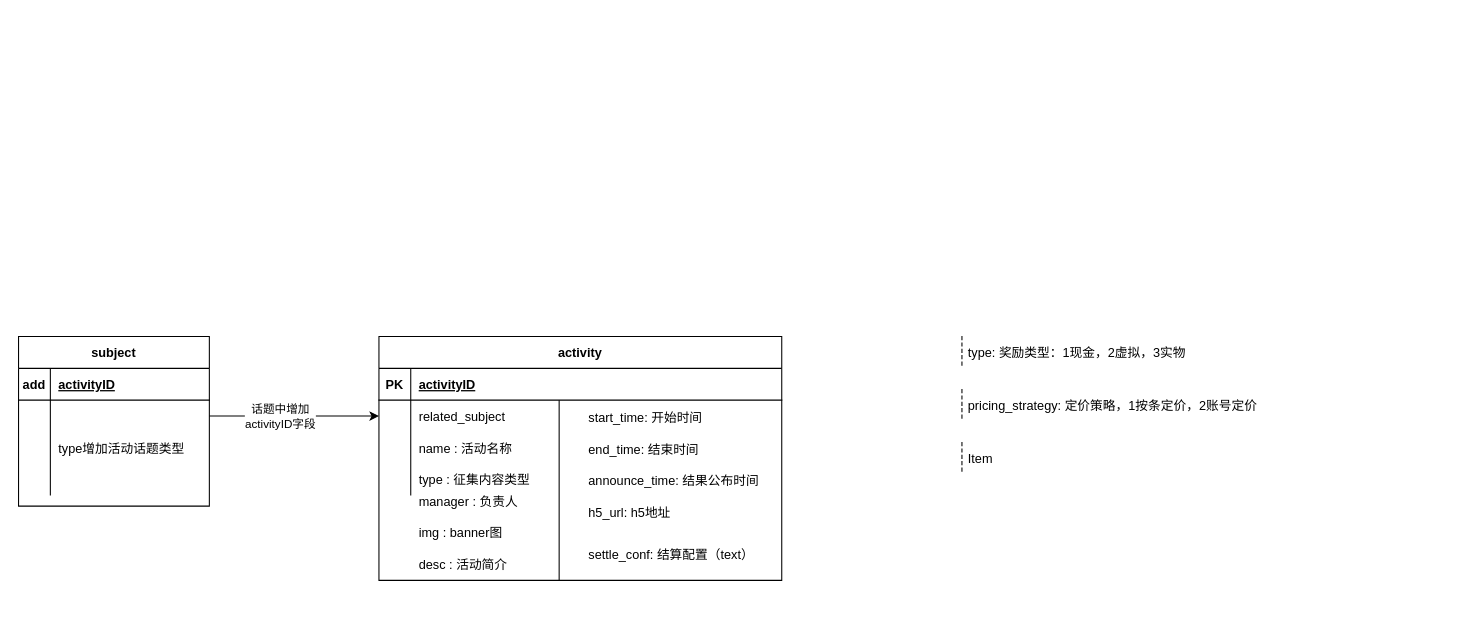
Above: 创作中心-活动.drawio in lixiangdaqian/diagrams (draw.io), before the change. Source tidied: cells renumbered, new cells numbered last; positions are measured from the earlier drawing's top-left corner, leaving out a move shared by most shapes. Both pictures are drawn from the tidied source at 106%, with x=0, y=0 at pixel (18, 336).
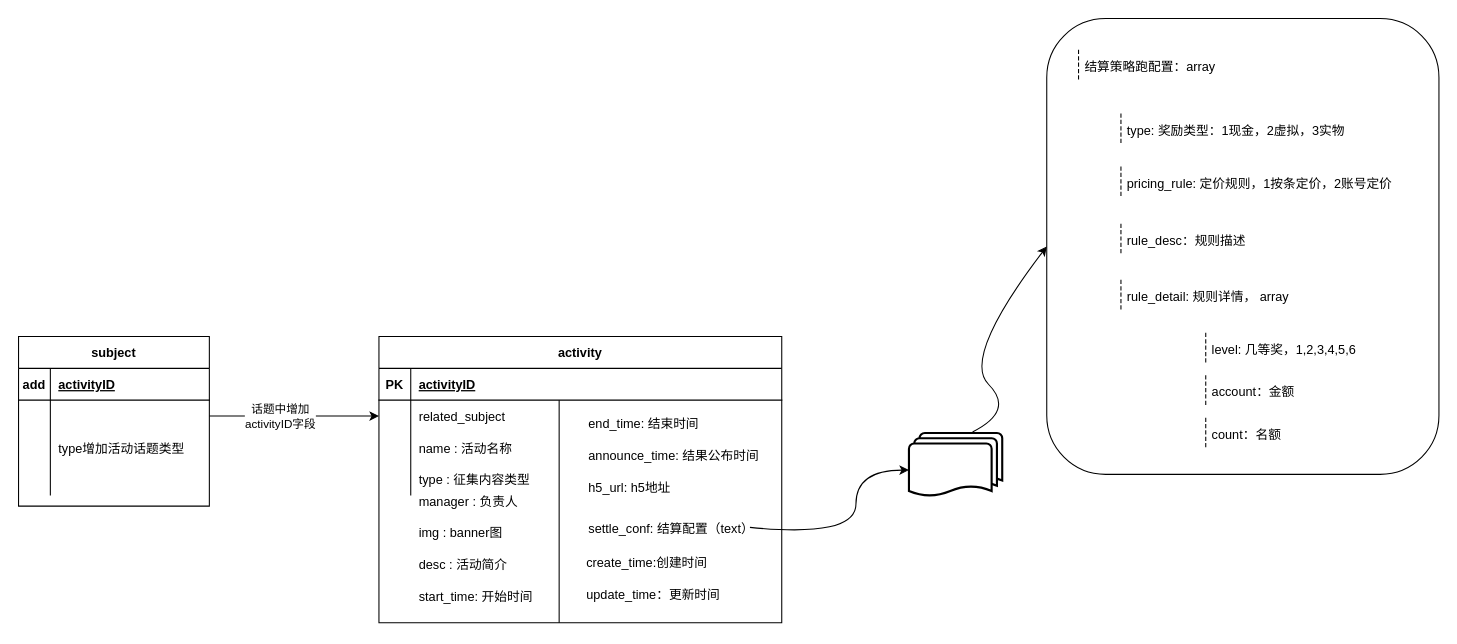
After the change.

Commit message (it also covers changes not shown here):
Update 创作中心-活动.drawio

What changed in the source:
```diff
@@
+    <mxCell id="45" style="rounded=1;whiteSpace=wrap;html=1;" parent="1" vertex="1">
+      <mxGeometry x="970" y="-300" width="370" height="430" as="geometry" />
+    </mxCell>
     <mxCell id="2" value="activity" style="shape=table;startSize=30;childLayout=tableLayout;rowLines=0;fontStyle=1;align=center;" parent="1" vertex="1">
-      <mxGeometry x="340" width="380" height="230" as="geometry" />
+      <mxGeometry x="340" width="380" height="270" as="geometry" />
     </mxCell>
@@
     <mxCell id="33" style="endArrow=none;html=1;rounded=0;" parent="1" edge="1">
       <mxGeometry relative="1" as="geometry">
-        <mxPoint x="510" y="230" as="sourcePoint" />
+        <mxPoint x="510" y="270" as="sourcePoint" />
         <mxPoint x="510" y="60" as="targetPoint" />
       </mxGeometry>
     </mxCell>
     <mxCell id="34" value="start_time: 开始时间" style="shape=partialRectangle;fillColor=none;top=0;left=0;bottom=0;right=0;align=left;spacingLeft=6;overflow=hidden;" parent="1" vertex="1">
-      <mxGeometry x="530" y="61" width="150" height="30" as="geometry" />
+      <mxGeometry x="370" y="230" width="150" height="30" as="geometry" />
     </mxCell>
     <mxCell id="35" value="end_time: 结束时间" style="shape=partialRectangle;fillColor=none;top=0;left=0;bottom=0;right=0;align=left;spacingLeft=6;overflow=hidden;" parent="1" vertex="1">
-      <mxGeometry x="530" y="91" width="150" height="30" as="geometry" />
+      <mxGeometry x="530" y="67" width="150" height="30" as="geometry" />
     </mxCell>
     <mxCell id="36" value="announce_time: 结果公布时间" style="shape=partialRectangle;fillColor=none;top=0;left=0;bottom=0;right=0;align=left;spacingLeft=6;overflow=hidden;" parent="1" vertex="1">
-      <mxGeometry x="530" y="121" width="170" height="30" as="geometry" />
+      <mxGeometry x="530" y="97" width="170" height="30" as="geometry" />
     </mxCell>
     <mxCell id="37" value="h5_url: h5地址" style="shape=partialRectangle;fillColor=none;top=0;left=0;bottom=0;right=0;align=left;spacingLeft=6;overflow=hidden;" parent="1" vertex="1">
-      <mxGeometry x="530" y="151" width="170" height="30" as="geometry" />
+      <mxGeometry x="530" y="127" width="170" height="30" as="geometry" />
     </mxCell>
     <mxCell id="38" value="settle_conf: 结算配置（text）" style="shape=partialRectangle;fillColor=none;top=0;left=0;bottom=0;right=0;align=left;spacingLeft=6;overflow=hidden;" parent="1" vertex="1">
-      <mxGeometry x="530" y="190" width="170" height="30" as="geometry" />
+      <mxGeometry x="530" y="166" width="170" height="30" as="geometry" />
     </mxCell>
     <mxCell id="39" value="type: 奖励类型：1现金，2虚拟，3实物" style="shape=partialRectangle;fillColor=none;align=left;verticalAlign=middle;strokeColor=none;spacingLeft=34;" parent="1" vertex="1">
-      <mxGeometry x="860" width="90" height="30" as="geometry" />
+      <mxGeometry x="1010" y="-210" width="90" height="30" as="geometry" />
     </mxCell>
@@
-    <mxCell id="41" value="pricing_strategy: 定价策略，1按条定价，2账号定价" style="shape=partialRectangle;fillColor=none;align=left;verticalAlign=middle;strokeColor=none;spacingLeft=34;" parent="1" vertex="1">
-      <mxGeometry x="860" y="50" width="90" height="30" as="geometry" />
+    <mxCell id="41" value="pricing_rule: 定价规则，1按条定价，2账号定价" style="shape=partialRectangle;fillColor=none;align=left;verticalAlign=middle;strokeColor=none;spacingLeft=34;" parent="1" vertex="1">
+      <mxGeometry x="1010" y="-160" width="90" height="30" as="geometry" />
     </mxCell>
@@
-    <mxCell id="43" value="Item" style="shape=partialRectangle;fillColor=none;align=left;verticalAlign=middle;strokeColor=none;spacingLeft=34;" parent="1" vertex="1">
-      <mxGeometry x="860" y="100" width="90" height="30" as="geometry" />
+    <mxCell id="43" value="rule_detail: 规则详情， array" style="shape=partialRectangle;fillColor=none;align=left;verticalAlign=middle;strokeColor=none;spacingLeft=34;" parent="1" vertex="1">
+      <mxGeometry x="1010" y="-53" width="90" height="30" as="geometry" />
     </mxCell>
@@
+    <mxCell id="46" style="strokeWidth=2;html=1;shape=mxgraph.flowchart.multi-document;whiteSpace=wrap;" parent="1" vertex="1">
+      <mxGeometry x="840" y="91" width="88" height="60" as="geometry" />
+    </mxCell>
+    <mxCell id="47" style="curved=1;endArrow=classic;html=1;rounded=0;" parent="1" edge="1">
+      <mxGeometry relative="1" as="geometry">
+        <mxPoint x="690" y="180" as="sourcePoint" />
+        <mxPoint x="840" y="126" as="targetPoint" />
+        <Array as="points">
+          <mxPoint x="790" y="190" />
+          <mxPoint x="790" y="126" />
+        </Array>
+      </mxGeometry>
+    </mxCell>
+    <mxCell id="48" style="curved=1;endArrow=classic;html=1;rounded=0;entryX=0;entryY=0.5;entryDx=0;entryDy=0;" parent="1" edge="1" target="45">
+      <mxGeometry relative="1" as="geometry">
+        <mxPoint x="900" y="90" as="sourcePoint" />
+        <Array as="points">
+          <mxPoint x="940" y="70" />
+          <mxPoint x="890" y="20" />
+        </Array>
+      </mxGeometry>
+    </mxCell>
+    <mxCell id="49" value="结算策略跑配置：array" style="shape=partialRectangle;fillColor=none;align=left;verticalAlign=middle;strokeColor=none;spacingLeft=34;" parent="1" vertex="1">
+      <mxGeometry x="970" y="-270" width="90" height="30" as="geometry" />
+    </mxCell>
+    <mxCell id="50" style="shape=partialRectangle;top=0;left=0;bottom=0;fillColor=none;stokeWidth=1;dashed=1;align=left;verticalAlign=middle;spacingLeft=4;spacingRight=4;overflow=hidden;" parent="49" vertex="1">
+      <mxGeometry width="30" height="30" as="geometry" />
+    </mxCell>
+    <mxCell id="51" value="level: 几等奖，1,2,3,4,5,6" style="shape=partialRectangle;fillColor=none;align=left;verticalAlign=middle;strokeColor=none;spacingLeft=34;" parent="1" vertex="1">
+      <mxGeometry x="1090" y="-3" width="90" height="30" as="geometry" />
+    </mxCell>
+    <mxCell id="52" style="shape=partialRectangle;top=0;left=0;bottom=0;fillColor=none;stokeWidth=1;dashed=1;align=left;verticalAlign=middle;spacingLeft=4;spacingRight=4;overflow=hidden;" parent="51" vertex="1">
+      <mxGeometry width="30" height="30" as="geometry" />
+    </mxCell>
+    <mxCell id="53" value="account：金额" style="shape=partialRectangle;fillColor=none;align=left;verticalAlign=middle;strokeColor=none;spacingLeft=34;" parent="1" vertex="1">
+      <mxGeometry x="1090" y="37" width="90" height="30" as="geometry" />
+    </mxCell>
+    <mxCell id="54" style="shape=partialRectangle;top=0;left=0;bottom=0;fillColor=none;stokeWidth=1;dashed=1;align=left;verticalAlign=middle;spacingLeft=4;spacingRight=4;overflow=hidden;" parent="53" vertex="1">
+      <mxGeometry width="30" height="30" as="geometry" />
+    </mxCell>
+    <mxCell id="55" value="count：名额" style="shape=partialRectangle;fillColor=none;align=left;verticalAlign=middle;strokeColor=none;spacingLeft=34;" parent="1" vertex="1">
+      <mxGeometry x="1090" y="77" width="90" height="30" as="geometry" />
+    </mxCell>
+    <mxCell id="56" style="shape=partialRectangle;top=0;left=0;bottom=0;fillColor=none;stokeWidth=1;dashed=1;align=left;verticalAlign=middle;spacingLeft=4;spacingRight=4;overflow=hidden;" parent="55" vertex="1">
+      <mxGeometry width="30" height="30" as="geometry" />
+    </mxCell>
+    <mxCell id="57" value="rule_desc：规则描述" style="shape=partialRectangle;fillColor=none;align=left;verticalAlign=middle;strokeColor=none;spacingLeft=34;" parent="1" vertex="1">
+      <mxGeometry x="1010" y="-106" width="90" height="30" as="geometry" />
+    </mxCell>
+    <mxCell id="58" style="shape=partialRectangle;top=0;left=0;bottom=0;fillColor=none;stokeWidth=1;dashed=1;align=left;verticalAlign=middle;spacingLeft=4;spacingRight=4;overflow=hidden;" parent="57" vertex="1">
+      <mxGeometry width="30" height="30" as="geometry" />
+    </mxCell>
+    <mxCell id="59" value="create_time:创建时间" style="text;strokeColor=none;fillColor=none;spacingLeft=4;spacingRight=4;overflow=hidden;fontSize=12;" parent="1" vertex="1">
+      <mxGeometry x="530" y="200" width="140" height="30" as="geometry" />
+    </mxCell>
+    <mxCell id="60" value="update_time：更新时间" style="text;strokeColor=none;fillColor=none;spacingLeft=4;spacingRight=4;overflow=hidden;fontSize=12;" parent="1" vertex="1">
+      <mxGeometry x="530" y="230" width="150" height="40" as="geometry" />
+    </mxCell>
```
